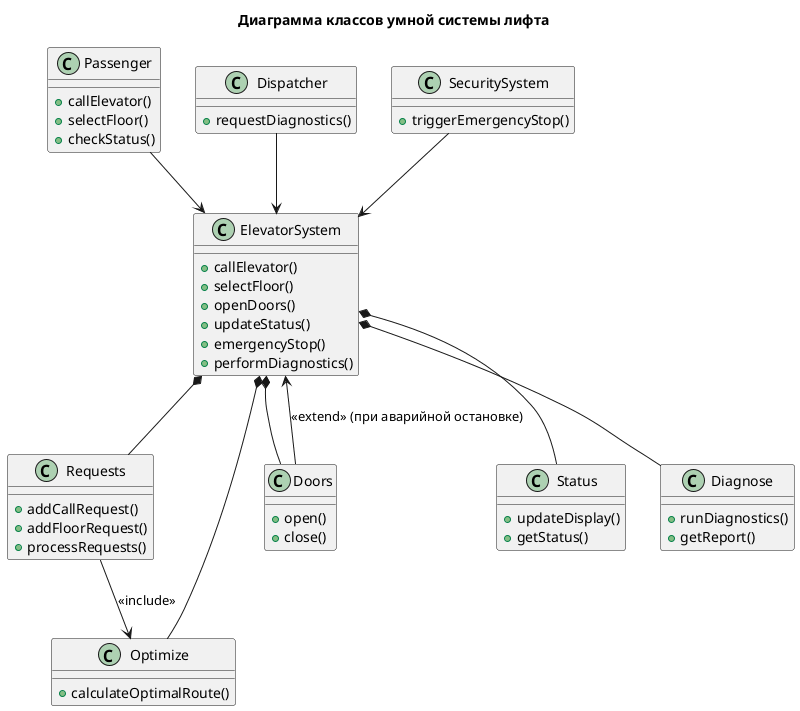
This is elevatorclass.png from IriaKoticov/Diagram_, a PlantUML export, as it was before one commit.
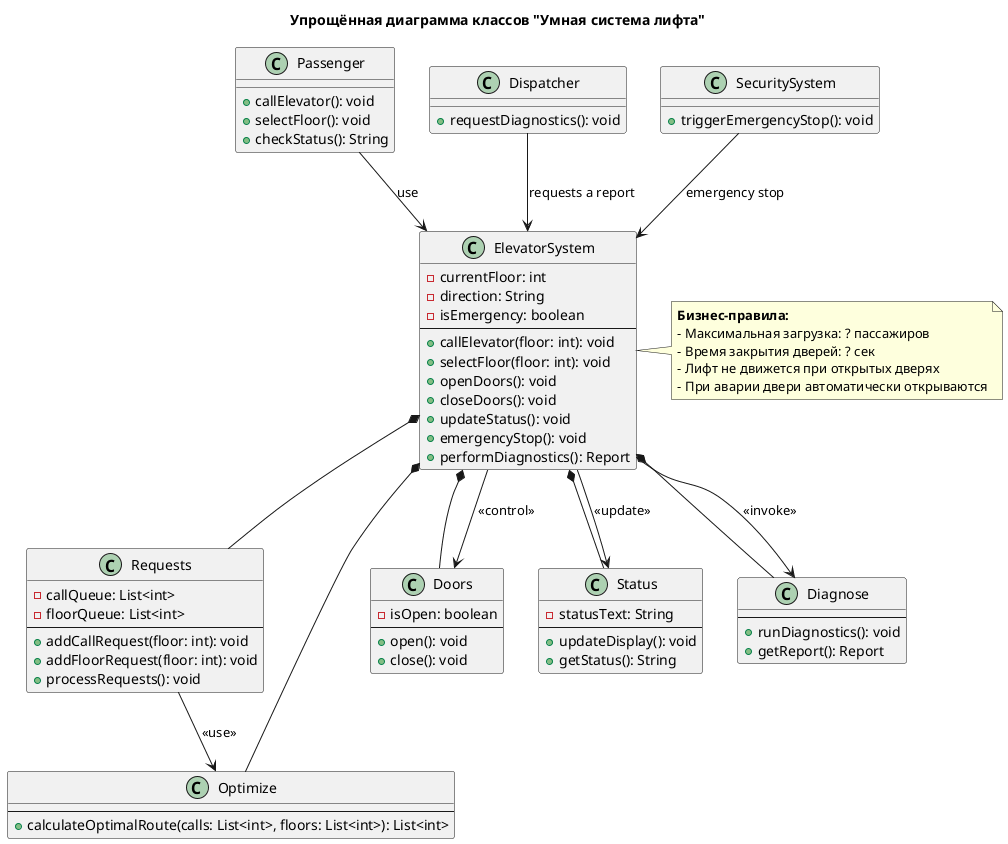
After the change.

What changed in the source:
```diff
@@ -1,57 +1,71 @@
 @startuml
-title Диаграмма классов умной системы лифта
+title Упрощённая диаграмма классов "Умная система лифта"
 
 class Passenger {
-    +callElevator()
-    +selectFloor()
-    +checkStatus()
+  + callElevator(): void
+  + selectFloor(): void
+  + checkStatus(): String
 }
 
 class Dispatcher {
-    +requestDiagnostics()
+  + requestDiagnostics(): void
 }
 
 class SecuritySystem {
-    +triggerEmergencyStop()
+  + triggerEmergencyStop(): void
 }
 
 class ElevatorSystem {
-    +callElevator()
-    +selectFloor()
-    +openDoors()
-    +updateStatus()
-    +emergencyStop()
-    +performDiagnostics()
+  - currentFloor: int
+  - direction: String
+  - isEmergency: boolean
+  --
+  + callElevator(floor: int): void
+  + selectFloor(floor: int): void
+  + openDoors(): void
+  + closeDoors(): void
+  + updateStatus(): void
+  + emergencyStop(): void
+  + performDiagnostics(): Report
 }
 
 class Requests {
-    +addCallRequest()
-    +addFloorRequest()
-    +processRequests()
+  - callQueue: List<int>
+  - floorQueue: List<int>
+  --
+  + addCallRequest(floor: int): void
+  + addFloorRequest(floor: int): void
+  + processRequests(): void
 }
 
 class Optimize {
-    +calculateOptimalRoute()
+  --
+  + calculateOptimalRoute(calls: List<int>, floors: List<int>): List<int>
 }
 
 class Doors {
-    +open()
-    +close()
+  - isOpen: boolean
+  --
+  + open(): void
+  + close(): void
 }
 
 class Status {
-    +updateDisplay()
-    +getStatus()
+  - statusText: String
+  --
+  + updateDisplay(): void
+  + getStatus(): String
 }
 
 class Diagnose {
-    +runDiagnostics()
-    +getReport()
+  --
+  + runDiagnostics(): void
+  + getReport(): Report
 }
 
-Passenger --> ElevatorSystem
-Dispatcher --> ElevatorSystem
-SecuritySystem --> ElevatorSystem
+Passenger --> ElevatorSystem : use
+Dispatcher --> ElevatorSystem : requests a report
+SecuritySystem --> ElevatorSystem : emergency stop
 
 ElevatorSystem *-- Requests
 ElevatorSystem *-- Optimize
@@ -59,7 +73,17 @@
 ElevatorSystem *-- Status
 ElevatorSystem *-- Diagnose
 
-Requests --> Optimize : <<include>>
-Doors --> ElevatorSystem : <<extend>> (при аварийной остановке)
+Requests --> Optimize : <<use>>
+ElevatorSystem --> Doors : <<control>>
+ElevatorSystem --> Status : <<update>>
+ElevatorSystem --> Diagnose : <<invoke>>
+
+note right of ElevatorSystem
+**Бизнес-правила:**
+- Максимальная загрузка: ? пассажиров
+- Время закрытия дверей: ? сек
+- Лифт не движется при открытых дверях
+- При аварии двери автоматически открываются
+end note
 
 @enduml
```
